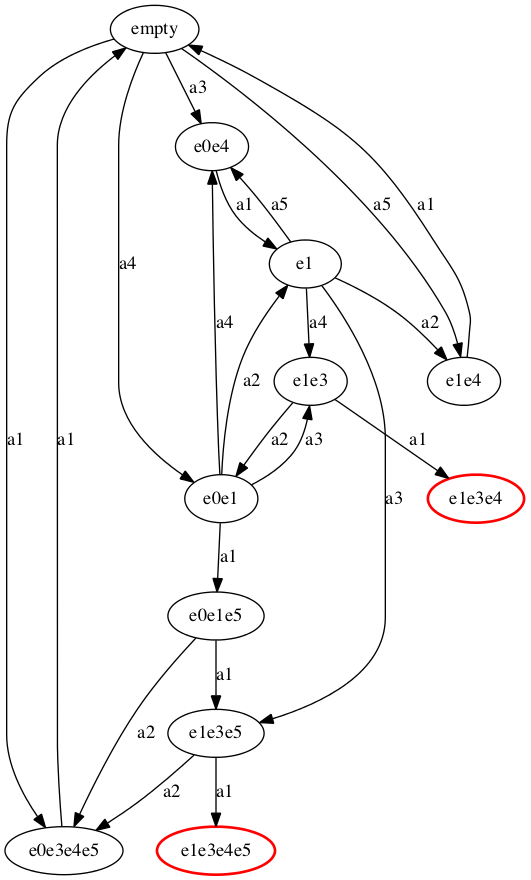
This is tmp/full.png from ryysd/PrototypePOR, a Graphviz export, as it was before one commit. Its source is kept beside it as tmp/full.dot. Source of this version:
```dot
strict digraph {
  empty -> e0e3e4e5 [label="a1"];
  empty -> e0e4 [label="a2"];
  empty -> e0e4 [label="a3"];
  empty -> e0e1 [label="a4"];
  empty -> e1e4 [label="a5"];
  e1e4 -> empty [label="a1"];
  e0e1 -> e0e1e5 [label="a1"];
  e0e1 -> e1 [label="a2"];
  e0e1 -> e1e3 [label="a3"];
  e0e1 -> e0e4 [label="a4"];
  e0e4 -> e1 [label="a1"];
  e1 -> e1e3 [label="a1"];
  e1 -> e1e4 [label="a2"];
  e1 -> e1e3e5 [label="a3"];
  e1 -> e1e3 [label="a4"];
  e1 -> e0e4 [label="a5"];
  e1e3 -> e1e3e4 [label="a1"];
  e1e3 -> e0e1 [label="a2"];
  e1e3e4 [color=red, style=bold]
  e1e3e5 -> e1e3e4e5 [label="a1"];
  e1e3e5 -> e0e3e4e5 [label="a2"];
  e0e3e4e5 -> empty [label="a1"];
  e1e3e4e5 [color=red, style=bold]
  e0e1e5 -> e1e3e5 [label="a1"];
  e0e1e5 -> e0e3e4e5 [label="a2"];
}
```
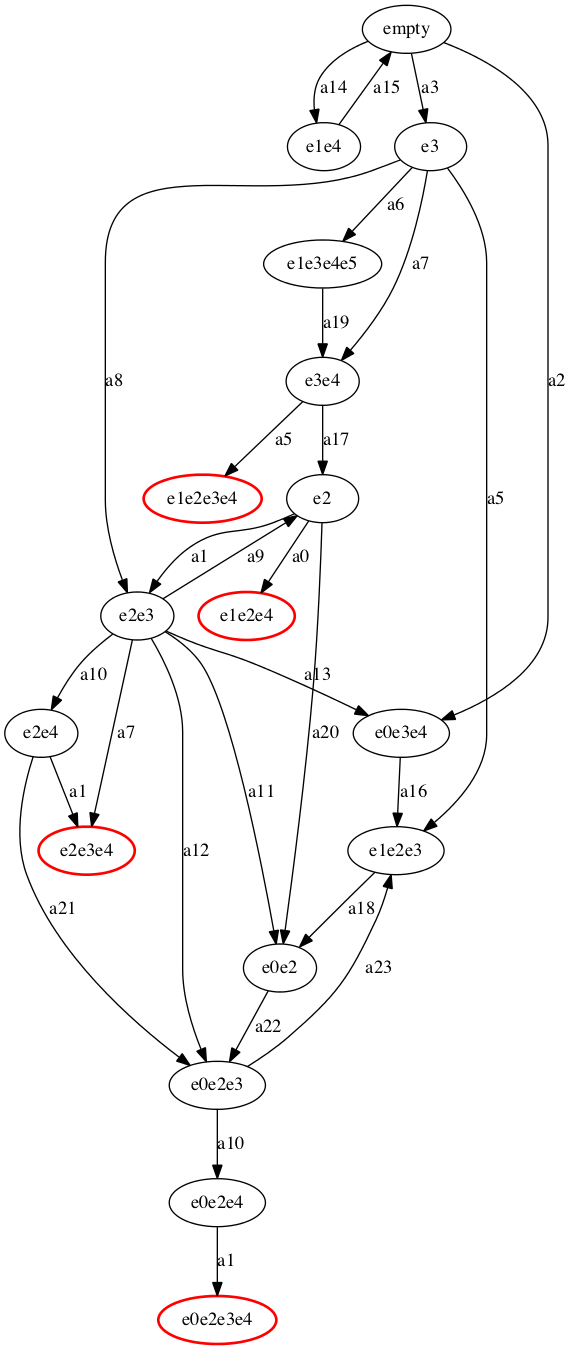
The same diagram one commit later.

The edit, as a diff of the source:
```diff
@@ -1,27 +1,38 @@
 strict digraph {
-  empty -> e0e3e4e5 [label="a1"];
-  empty -> e0e4 [label="a2"];
-  empty -> e0e4 [label="a3"];
-  empty -> e0e1 [label="a4"];
-  empty -> e1e4 [label="a5"];
-  e1e4 -> empty [label="a1"];
-  e0e1 -> e0e1e5 [label="a1"];
-  e0e1 -> e1 [label="a2"];
-  e0e1 -> e1e3 [label="a3"];
-  e0e1 -> e0e4 [label="a4"];
-  e0e4 -> e1 [label="a1"];
-  e1 -> e1e3 [label="a1"];
-  e1 -> e1e4 [label="a2"];
-  e1 -> e1e3e5 [label="a3"];
-  e1 -> e1e3 [label="a4"];
-  e1 -> e0e4 [label="a5"];
-  e1e3 -> e1e3e4 [label="a1"];
-  e1e3 -> e0e1 [label="a2"];
-  e1e3e4 [color=red, style=bold]
-  e1e3e5 -> e1e3e4e5 [label="a1"];
-  e1e3e5 -> e0e3e4e5 [label="a2"];
-  e0e3e4e5 -> empty [label="a1"];
-  e1e3e4e5 [color=red, style=bold]
-  e0e1e5 -> e1e3e5 [label="a1"];
-  e0e1e5 -> e0e3e4e5 [label="a2"];
+  empty -> e1e4 [label="a0", ];
+  empty -> e3 [label="a1", ];
+  empty -> e0e3e4 [label="a2", ];
+  empty -> e3 [label="a3", ];
+  empty -> e1e4 [label="a14", ];
+  e1e4 -> empty [label="a15", ];
+  e3 -> e3e4 [label="a4", ];
+  e3 -> e1e2e3 [label="a5", ];
+  e3 -> e1e3e4e5 [label="a6", ];
+  e3 -> e3e4 [label="a7", ];
+  e3 -> e2e3 [label="a8", ];
+  e2e3 -> e2e3e4 [label="a7", ];
+  e2e3 -> e2 [label="a9", ];
+  e2e3 -> e2e4 [label="a10", ];
+  e2e3 -> e0e2 [label="a11", ];
+  e2e3 -> e0e2e3 [label="a12", ];
+  e2e3 -> e0e3e4 [label="a13", ];
+  e0e3e4 -> e1e2e3 [label="a16", ];
+  e1e2e3 -> e0e2 [label="a18", ];
+  e0e2 -> e0e2e3 [label="a1", ];
+  e0e2 -> e0e2e3 [label="a22", ];
+  e0e2e3 -> e0e2e4 [label="a10", ];
+  e0e2e3 -> e1e2e3 [label="a23", ];
+  e0e2e4 -> e0e2e3e4 [label="a1", ];
+  e0e2e3e4 [color=red, style=bold]
+  e2e4 -> e2e3e4 [label="a1", ];
+  e2e4 -> e0e2e3 [label="a21", ];
+  e2e3e4 [color=red, style=bold]
+  e2 -> e1e2e4 [label="a0", ];
+  e2 -> e2e3 [label="a1", ];
+  e2 -> e0e2 [label="a20", ];
+  e1e2e4 [color=red, style=bold]
+  e3e4 -> e1e2e3e4 [label="a5", ];
+  e3e4 -> e2 [label="a17", ];
+  e1e2e3e4 [color=red, style=bold]
+  e1e3e4e5 -> e3e4 [label="a19", ];
 }
```
